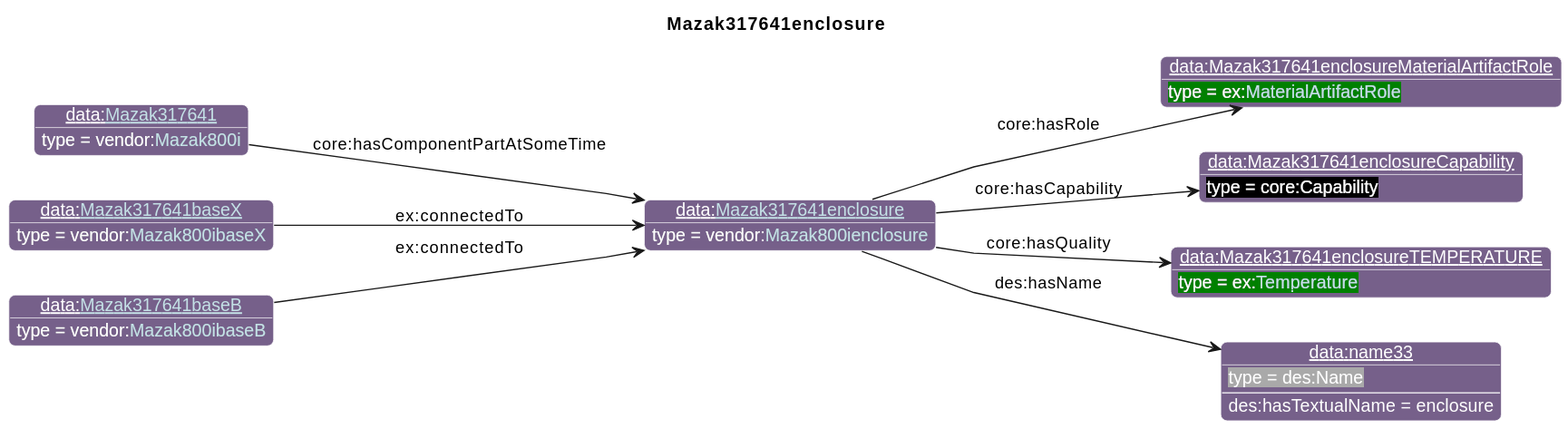
This is diagrams/Mazak317641enclosure.svg from iofoundry/example-syseng-mtconnect, a PlantUML export, as it was before one commit.
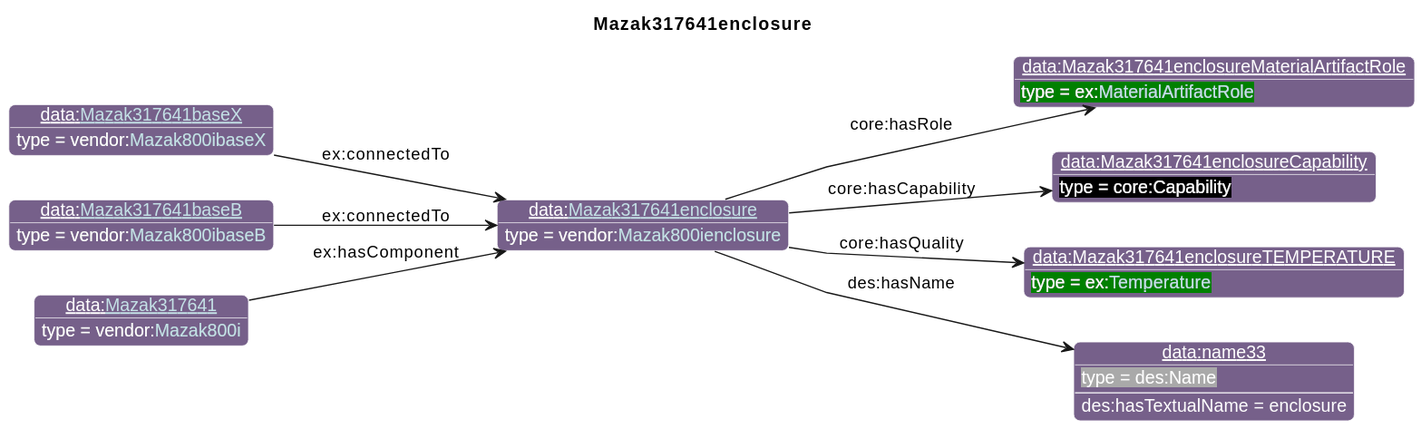
After the commit.

Change to the diagram source:
```diff
@@ -30,15 +30,15 @@
 individual(o2, data:Mazak317641enclosureCapability, core:Capability)
 individual(o3, data:Mazak317641enclosureTEMPERATURE, ex:[[../Example.html#Temperature Temperature]])
 individual(o4, data:name33, des:Name)
-individual(o5, data:[[./Mazak317641.html Mazak317641]], vendor:[[../Mazak.html#Mazak800i Mazak800i]])
-individual(o6, data:[[./Mazak317641baseX.html Mazak317641baseX]], vendor:[[../Mazak.html#Mazak800ibaseX Mazak800ibaseX]])
-individual(o7, data:[[./Mazak317641baseB.html Mazak317641baseB]], vendor:[[../Mazak.html#Mazak800ibaseB Mazak800ibaseB]])
+individual(o5, data:[[./Mazak317641baseX.html Mazak317641baseX]], vendor:[[../Mazak.html#Mazak800ibaseX Mazak800ibaseX]])
+individual(o6, data:[[./Mazak317641baseB.html Mazak317641baseB]], vendor:[[../Mazak.html#Mazak800ibaseB Mazak800ibaseB]])
+individual(o7, data:[[./Mazak317641.html Mazak317641]], vendor:[[../Mazak.html#Mazak800i Mazak800i]])
 property(o0, "core:hasRole", o1)
 property(o0, "core:hasCapability", o2)
 property(o0, "core:hasQuality", o3)
 property(o0, "des:hasName", o4)
 data(o4, "des:hasTextualName", "enclosure")
-property(o5, "core:hasComponentPartAtSomeTime", o0)
+property(o5, "ex:connectedTo", o0)
 property(o6, "ex:connectedTo", o0)
-property(o7, "ex:connectedTo", o0)
+property(o7, "ex:hasComponent", o0)
 @enduml
```
